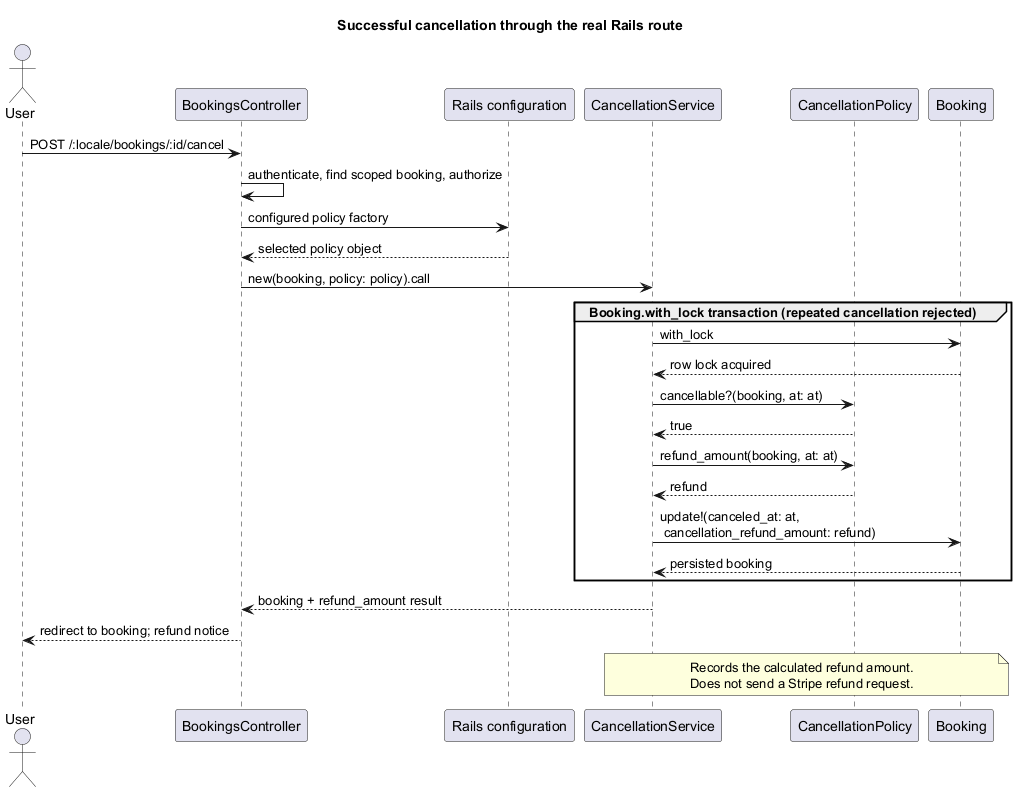
This is A7/Part2/diagrams/cancellation_sequence.png from x3O8/23CSE455_DP_CaseStudy, a PlantUML export, as it was before one commit.
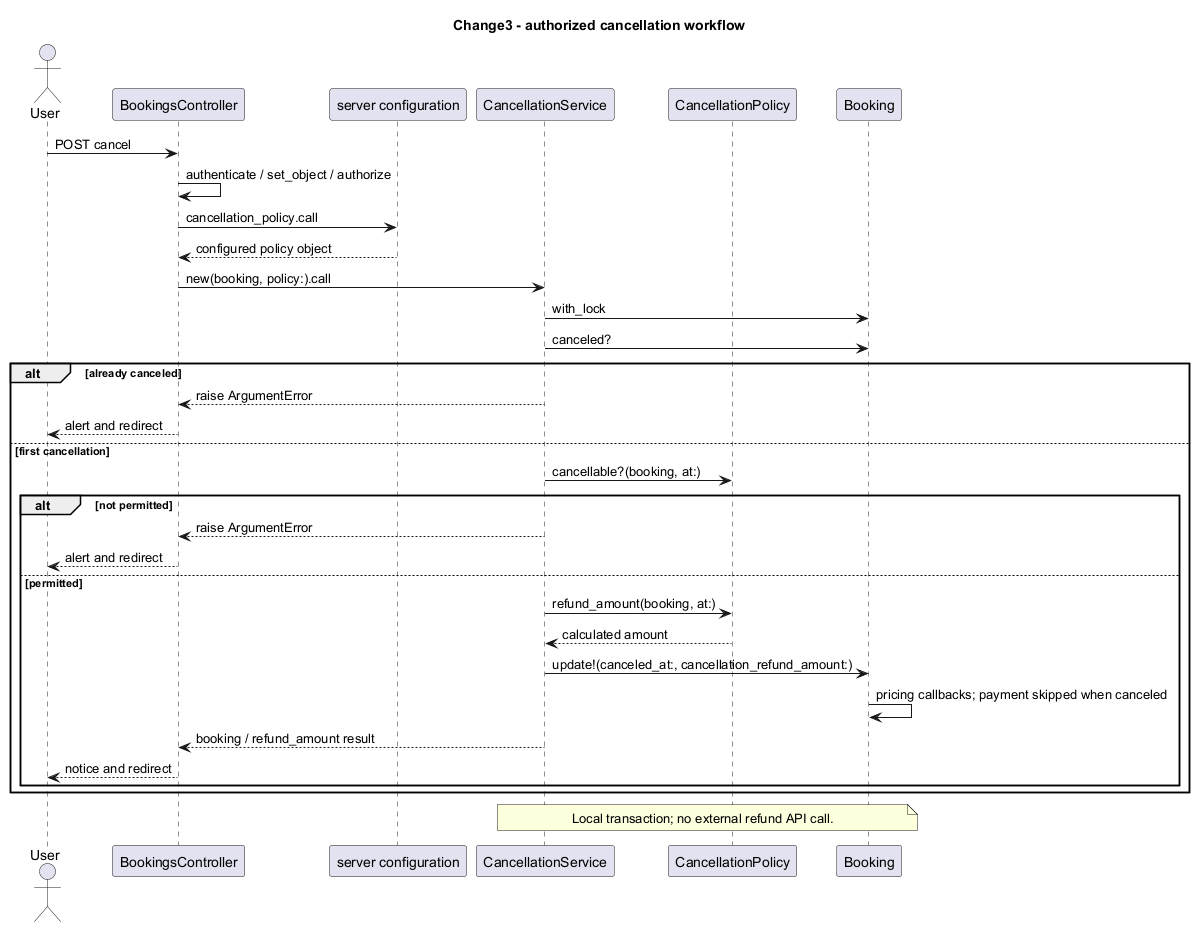
Later version of the same file.

Diff of the diagram source:
```diff
@@ -1,31 +1,34 @@
 @startuml
-!pragma layout smetana
-title Successful cancellation through the real Rails route
+title Change3 - authorized cancellation workflow
 actor User
-participant BookingsController
-participant "Rails configuration" as Config
-participant CancellationService
-participant CancellationPolicy
+participant BookingsController as Controller
+participant "server configuration" as Config
+participant CancellationService as Service
+participant CancellationPolicy as Policy
 participant Booking
-User -> BookingsController: POST /:locale/bookings/:id/cancel
-BookingsController -> BookingsController: authenticate, find scoped booking, authorize
-BookingsController -> Config: configured policy factory
-Config --> BookingsController: selected policy object
-BookingsController -> CancellationService: new(booking, policy: policy).call
-group Booking.with_lock transaction (repeated cancellation rejected)
-CancellationService -> Booking: with_lock
-Booking --> CancellationService: row lock acquired
-CancellationService -> CancellationPolicy: cancellable?(booking, at: at)
-CancellationPolicy --> CancellationService: true
-CancellationService -> CancellationPolicy: refund_amount(booking, at: at)
-CancellationPolicy --> CancellationService: refund
-CancellationService -> Booking: update!(canceled_at: at,\n cancellation_refund_amount: refund)
-Booking --> CancellationService: persisted booking
+User -> Controller : POST cancel
+Controller -> Controller : authenticate / set_object / authorize
+Controller -> Config : cancellation_policy.call
+Config --> Controller : configured policy object
+Controller -> Service : new(booking, policy:).call
+Service -> Booking : with_lock
+Service -> Booking : canceled?
+alt already canceled
+Service --> Controller : raise ArgumentError
+Controller --> User : alert and redirect
+else first cancellation
+Service -> Policy : cancellable?(booking, at:)
+alt not permitted
+Service --> Controller : raise ArgumentError
+Controller --> User : alert and redirect
+else permitted
+Service -> Policy : refund_amount(booking, at:)
+Policy --> Service : calculated amount
+Service -> Booking : update!(canceled_at:, cancellation_refund_amount:)
+Booking -> Booking : pricing callbacks; payment skipped when canceled
+Service --> Controller : booking / refund_amount result
+Controller --> User : notice and redirect
 end
-CancellationService --> BookingsController: booking + refund_amount result
-BookingsController --> User: redirect to booking; refund notice
-note over CancellationService, Booking
-  Records the calculated refund amount.
-  Does not send a Stripe refund request.
-end note
+end
+note over Service, Booking : Local transaction; no external refund API call.
 @enduml
```
